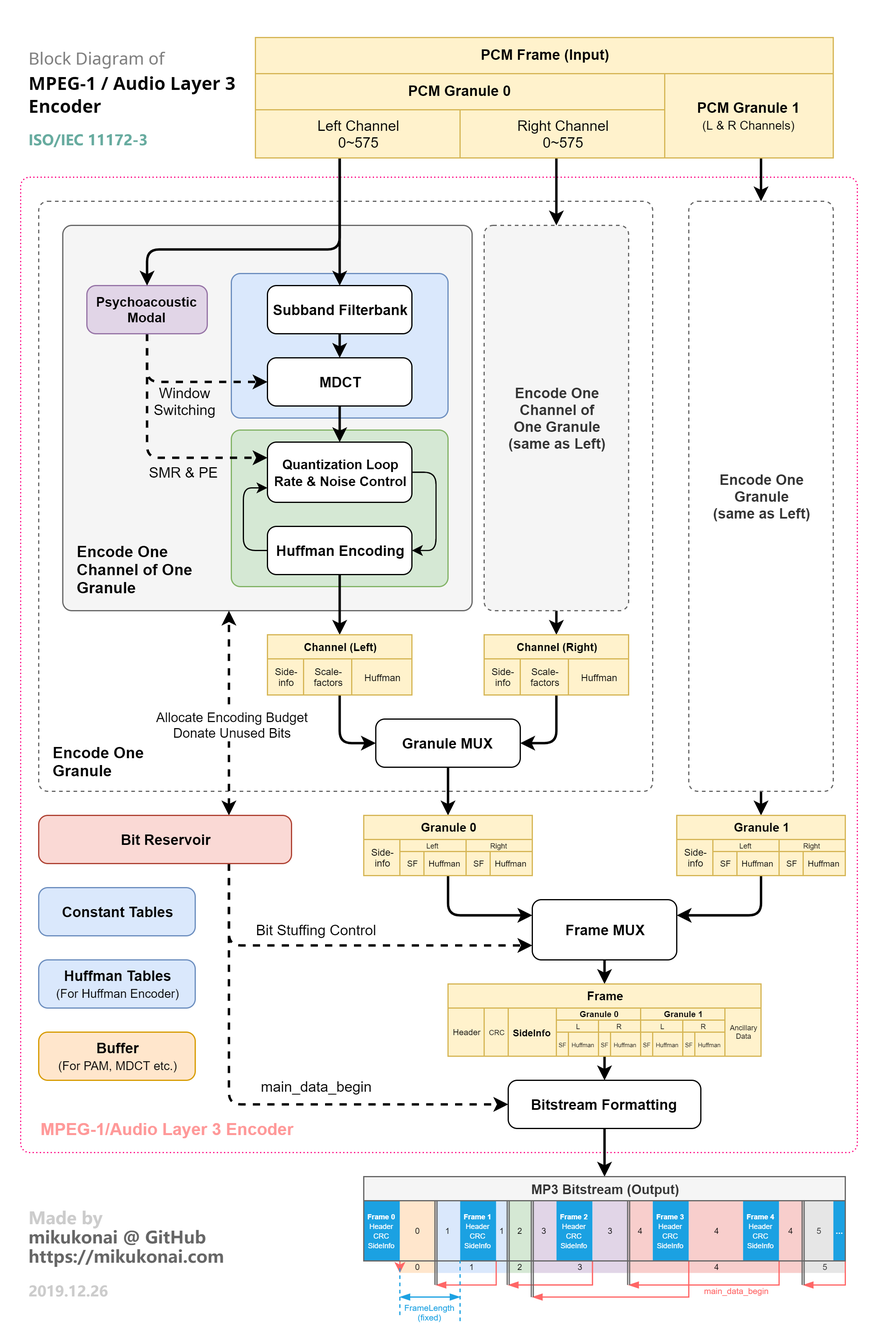
Before: documentation/mp3-encoder-diagram.png, a diagram exported from draw.io (bd4sur/Aqua). Source tidied: cells renumbered, new cells last; positions are measured from the earlier drawing's top-left corner, leaving out a move shared by most shapes.
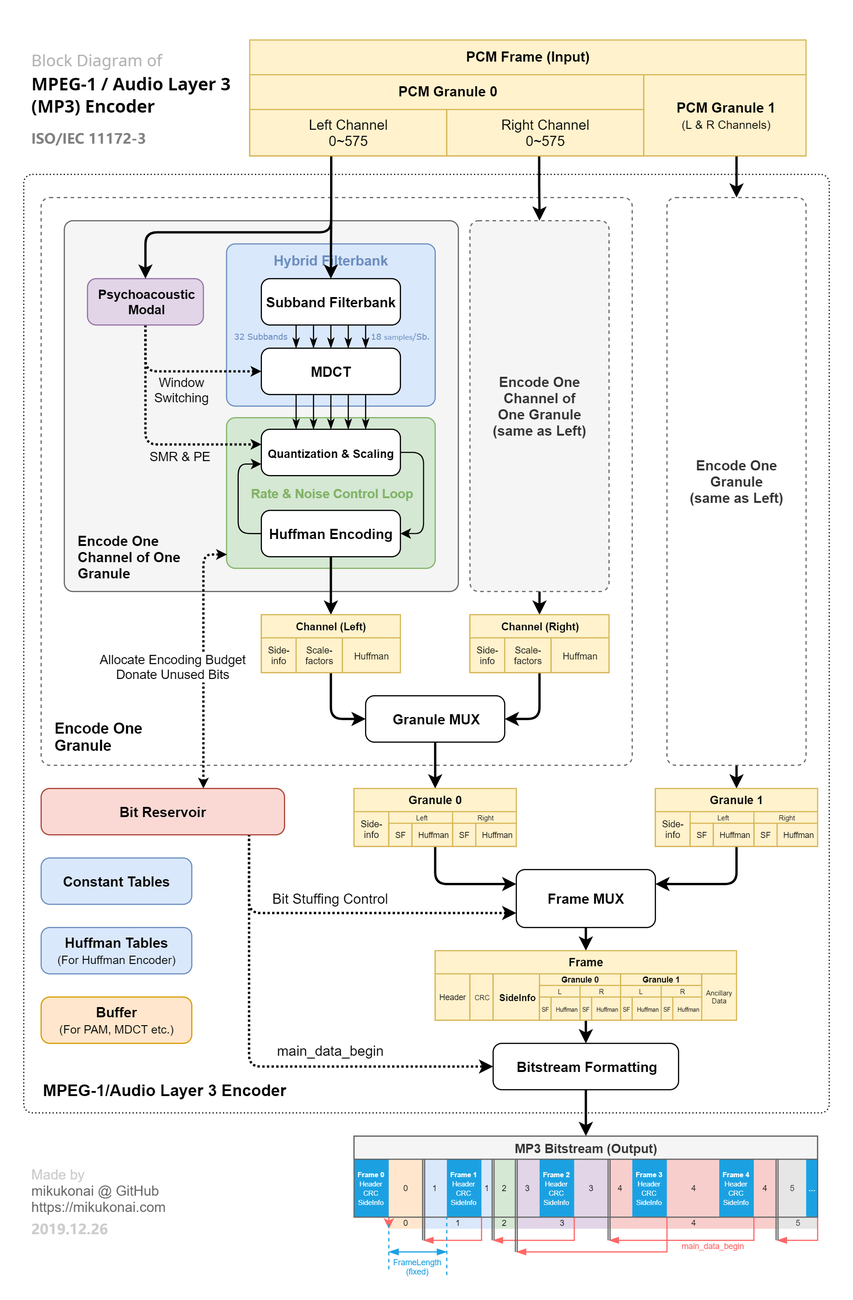
After the change.

Commit message:
完善编码器框图

Diff of the diagram source:
```diff
@@ -4,3 +4,3 @@
     <mxCell id="1" parent="0" />
-    <mxCell id="2" value="&lt;b&gt;&lt;br&gt;&lt;/b&gt;" style="rounded=1;whiteSpace=wrap;html=1;strokeColor=#FF0080;fillColor=#FFFFFF;arcSize=15;absoluteArcSize=1;fontColor=#000000;align=center;dashed=1;dashPattern=1 2;" parent="1" vertex="1">
+    <mxCell id="2" value="&lt;b&gt;&lt;br&gt;&lt;/b&gt;" style="rounded=1;whiteSpace=wrap;html=1;strokeColor=#000000;fillColor=#FFFFFF;arcSize=15;absoluteArcSize=1;fontColor=#000000;align=center;dashed=1;dashPattern=1 2;" parent="1" vertex="1">
       <mxGeometry y="130" width="695" height="810" as="geometry" />
@@ -37,11 +37,17 @@
     </mxCell>
-    <mxCell id="13" style="rounded=1;whiteSpace=wrap;html=1;strokeColor=#82b366;fillColor=#d5e8d4;arcSize=15;absoluteArcSize=1;" parent="1" vertex="1">
+    <mxCell id="13" value="Rate &amp;amp; Noise Control Loop" style="rounded=1;whiteSpace=wrap;html=1;strokeColor=#82b366;fillColor=#d5e8d4;arcSize=15;absoluteArcSize=1;verticalAlign=middle;fontStyle=1;fontColor=#82B366;fontSize=11;" parent="1" vertex="1">
       <mxGeometry x="175" y="340" width="180" height="130" as="geometry" />
     </mxCell>
-    <mxCell id="14" style="rounded=1;whiteSpace=wrap;html=1;strokeColor=#6c8ebf;fillColor=#dae8fc;arcSize=15;absoluteArcSize=1;" parent="1" vertex="1">
-      <mxGeometry x="175" y="210" width="180" height="120" as="geometry" />
+    <mxCell id="14" value="Hybrid Filterbank" style="rounded=1;whiteSpace=wrap;html=1;strokeColor=#6c8ebf;fillColor=#dae8fc;arcSize=15;absoluteArcSize=1;verticalAlign=top;align=center;fontStyle=1;fontColor=#6C8EBF;fontSize=12;" parent="1" vertex="1">
+      <mxGeometry x="175" y="190" width="180" height="140" as="geometry" />
     </mxCell>
-    <mxCell id="15" style="edgeStyle=orthogonalEdgeStyle;rounded=0;jettySize=auto;html=1;exitX=0.5;exitY=1;exitDx=0;exitDy=0;entryX=0.5;entryY=0;entryDx=0;entryDy=0;strokeWidth=2;" parent="1" edge="1" source="16" target="18">
+    <mxCell id="15" style="edgeStyle=orthogonalEdgeStyle;rounded=0;jettySize=auto;html=1;exitX=0.5;exitY=1;exitDx=0;exitDy=0;entryX=0.5;entryY=0;entryDx=0;entryDy=0;strokeWidth=1;endArrow=classicThin;endFill=1;" parent="1" edge="1" source="16" target="18">
       <mxGeometry relative="1" as="geometry" />
     </mxCell>
+    <mxCell id="152" style="edgeStyle=orthogonalEdgeStyle;rounded=0;jettySize=auto;html=1;exitX=0.25;exitY=1;exitDx=0;exitDy=0;entryX=0.25;entryY=0;entryDx=0;entryDy=0;fontFamily=Verdana;fontColor=#808080;strokeWidth=1;endArrow=classicThin;endFill=1;" parent="1" edge="1" source="16" target="18">
+      <mxGeometry relative="1" as="geometry" />
+    </mxCell>
+    <mxCell id="153" style="edgeStyle=orthogonalEdgeStyle;rounded=0;jettySize=auto;html=1;exitX=0.75;exitY=1;exitDx=0;exitDy=0;entryX=0.75;entryY=0;entryDx=0;entryDy=0;strokeWidth=1;fontFamily=Verdana;fontColor=#808080;endArrow=classicThin;endFill=1;" parent="1" edge="1" source="16" target="18">
+      <mxGeometry relative="1" as="geometry" />
+    </mxCell>
     <mxCell id="16" value="Subband Filterbank" style="rounded=1;whiteSpace=wrap;html=1;absoluteArcSize=1;arcSize=15;fontStyle=1;" parent="1" vertex="1">
@@ -49,5 +55,11 @@
     </mxCell>
-    <mxCell id="17" style="edgeStyle=orthogonalEdgeStyle;rounded=0;jettySize=auto;html=1;exitX=0.5;exitY=1;exitDx=0;exitDy=0;entryX=0.5;entryY=0;entryDx=0;entryDy=0;strokeWidth=2;" parent="1" edge="1" source="18" target="20">
+    <mxCell id="17" style="edgeStyle=orthogonalEdgeStyle;rounded=0;jettySize=auto;html=1;exitX=0.5;exitY=1;exitDx=0;exitDy=0;entryX=0.5;entryY=0;entryDx=0;entryDy=0;strokeWidth=1;endArrow=classicThin;endFill=1;" parent="1" edge="1" source="18" target="20">
       <mxGeometry relative="1" as="geometry" />
     </mxCell>
+    <mxCell id="154" style="edgeStyle=orthogonalEdgeStyle;rounded=0;jettySize=auto;html=1;exitX=0.25;exitY=1;exitDx=0;exitDy=0;entryX=0.25;entryY=0;entryDx=0;entryDy=0;strokeWidth=1;fontFamily=Verdana;fontColor=#808080;endArrow=classicThin;endFill=1;" parent="1" edge="1" source="18" target="20">
+      <mxGeometry relative="1" as="geometry" />
+    </mxCell>
+    <mxCell id="155" style="edgeStyle=orthogonalEdgeStyle;rounded=0;jettySize=auto;html=1;exitX=0.75;exitY=1;exitDx=0;exitDy=0;entryX=0.75;entryY=0;entryDx=0;entryDy=0;strokeWidth=1;fontFamily=Verdana;fontColor=#808080;endArrow=classicThin;endFill=1;" parent="1" edge="1" source="18" target="20">
+      <mxGeometry relative="1" as="geometry" />
+    </mxCell>
     <mxCell id="18" value="MDCT" style="rounded=1;whiteSpace=wrap;html=1;absoluteArcSize=1;arcSize=15;fontStyle=1;" parent="1" vertex="1">
@@ -58,4 +70,4 @@
     </mxCell>
-    <mxCell id="20" value="&lt;font style=&quot;font-size: 11px&quot;&gt;Quantization Loop&lt;br&gt;Rate &amp;amp; Noise Control&lt;/font&gt;" style="rounded=1;whiteSpace=wrap;html=1;arcSize=15;absoluteArcSize=1;fontStyle=1;" parent="1" vertex="1">
-      <mxGeometry x="205" y="350" width="120" height="50" as="geometry" />
+    <mxCell id="20" value="&lt;font style=&quot;font-size: 10px&quot;&gt;Quantization &amp;amp; Scaling&lt;/font&gt;" style="rounded=1;whiteSpace=wrap;html=1;arcSize=15;absoluteArcSize=1;fontStyle=1;" parent="1" vertex="1">
+      <mxGeometry x="205" y="350" width="120" height="40" as="geometry" />
     </mxCell>
@@ -70,6 +82,6 @@
     </mxCell>
-    <mxCell id="24" style="edgeStyle=orthogonalEdgeStyle;rounded=1;jettySize=auto;html=1;exitX=0.5;exitY=1;exitDx=0;exitDy=0;entryX=0;entryY=0.5;entryDx=0;entryDy=0;dashed=1;strokeWidth=2;" parent="1" edge="1" source="28" target="18">
+    <mxCell id="24" style="edgeStyle=orthogonalEdgeStyle;rounded=1;jettySize=auto;html=1;exitX=0.5;exitY=1;exitDx=0;exitDy=0;entryX=0;entryY=0.5;entryDx=0;entryDy=0;dashed=1;strokeWidth=2;dashPattern=1 1;endSize=3;" parent="1" edge="1" source="28" target="18">
       <mxGeometry relative="1" as="geometry" />
     </mxCell>
-    <mxCell id="25" value="Window&lt;br&gt;Switching" style="text;html=1;align=center;verticalAlign=middle;labelBackgroundColor=none;" parent="24" vertex="1">
+    <mxCell id="25" value="Window&lt;br style=&quot;font-size: 11px;&quot;&gt;Switching" style="text;html=1;align=center;verticalAlign=middle;labelBackgroundColor=none;fontSize=11;" parent="24" vertex="1">
       <mxGeometry x="-0.27" y="20" relative="1" as="geometry">
@@ -78,3 +90,3 @@
     </mxCell>
-    <mxCell id="26" style="edgeStyle=orthogonalEdgeStyle;rounded=1;jettySize=auto;html=1;entryX=0;entryY=0.25;entryDx=0;entryDy=0;dashed=1;strokeWidth=2;" parent="1" edge="1" target="20">
+    <mxCell id="26" style="edgeStyle=orthogonalEdgeStyle;rounded=1;jettySize=auto;html=1;dashed=1;strokeWidth=2;dashPattern=1 1;endArrow=classic;endFill=1;endSize=3;" parent="1" edge="1" target="20">
       <mxGeometry relative="1" as="geometry">
@@ -86,3 +98,3 @@
     </mxCell>
-    <mxCell id="27" value="SMR &amp;amp; PE" style="text;html=1;align=center;verticalAlign=middle;labelBackgroundColor=none;" parent="26" vertex="1">
+    <mxCell id="27" value="SMR &amp;amp; PE" style="text;html=1;align=center;verticalAlign=middle;labelBackgroundColor=none;fontSize=11;" parent="26" vertex="1">
       <mxGeometry x="-0.04" y="20" relative="1" as="geometry">
@@ -97,7 +109,7 @@
     </mxCell>
-    <mxCell id="30" style="edgeStyle=orthogonalEdgeStyle;rounded=1;jettySize=auto;html=1;entryX=0.5;entryY=0;entryDx=0;entryDy=0;strokeWidth=2;exitX=0.413;exitY=1;exitDx=0;exitDy=0;exitPerimeter=0;" parent="1" edge="1" source="31" target="28">
+    <mxCell id="30" style="edgeStyle=orthogonalEdgeStyle;rounded=1;jettySize=auto;html=1;entryX=0.5;entryY=0;entryDx=0;entryDy=0;strokeWidth=2;exitX=0.413;exitY=0.998;exitDx=0;exitDy=0;exitPerimeter=0;" parent="1" edge="1" source="31" target="28">
       <mxGeometry relative="1" as="geometry">
         <Array as="points">
-          <mxPoint x="265" y="190" />
-          <mxPoint x="105" y="190" />
+          <mxPoint x="265" y="180" />
+          <mxPoint x="105" y="180" />
         </Array>
@@ -111,4 +123,4 @@
     </mxCell>
-    <mxCell id="33" value="Encode One Channel of One Granule" style="text;html=1;strokeColor=none;fillColor=none;align=left;verticalAlign=middle;whiteSpace=wrap;rounded=0;labelBackgroundColor=none;fontStyle=1;fontSize=13;" parent="1" vertex="1">
-      <mxGeometry x="45" y="430" width="110" height="50" as="geometry" />
+    <mxCell id="33" value="Encode One Channel of One Granule" style="text;html=1;strokeColor=none;fillColor=none;align=left;verticalAlign=middle;whiteSpace=wrap;rounded=0;labelBackgroundColor=none;fontStyle=1;fontSize=12;" parent="1" vertex="1">
+      <mxGeometry x="45" y="440" width="110" height="40" as="geometry" />
     </mxCell>
@@ -185,4 +197,8 @@
     </mxCell>
-    <mxCell id="57" style="edgeStyle=orthogonalEdgeStyle;rounded=1;jettySize=auto;html=1;exitX=0.75;exitY=1;exitDx=0;exitDy=0;entryX=0;entryY=0.75;entryDx=0;entryDy=0;strokeWidth=2;dashed=1;" parent="1" edge="1" source="63" target="47">
-      <mxGeometry relative="1" as="geometry" />
+    <mxCell id="57" style="edgeStyle=orthogonalEdgeStyle;rounded=1;jettySize=auto;html=1;exitX=0.854;exitY=0.987;exitDx=0;exitDy=0;entryX=0;entryY=0.75;entryDx=0;entryDy=0;strokeWidth=2;dashed=1;exitPerimeter=0;dashPattern=1 1;" parent="1" edge="1" source="63" target="47">
+      <mxGeometry relative="1" as="geometry">
+        <Array as="points">
+          <mxPoint x="194" y="768" />
+        </Array>
+      </mxGeometry>
     </mxCell>
@@ -190,7 +206,11 @@
       <mxGeometry x="0.22" y="-1" relative="1" as="geometry">
-        <mxPoint x="-54.3" y="-15" as="offset" />
+        <mxPoint x="-43.6" y="-13.3" as="offset" />
       </mxGeometry>
     </mxCell>
-    <mxCell id="59" style="edgeStyle=orthogonalEdgeStyle;rounded=1;jettySize=auto;html=1;exitX=0.75;exitY=1;exitDx=0;exitDy=0;entryX=0;entryY=0.5;entryDx=0;entryDy=0;dashed=1;strokeWidth=2;" parent="1" edge="1" source="63" target="51">
-      <mxGeometry relative="1" as="geometry" />
+    <mxCell id="59" style="edgeStyle=orthogonalEdgeStyle;rounded=1;jettySize=auto;html=1;exitX=0.854;exitY=0.986;exitDx=0;exitDy=0;entryX=0;entryY=0.5;entryDx=0;entryDy=0;dashed=1;strokeWidth=2;exitPerimeter=0;dashPattern=1 1;" parent="1" edge="1" source="63" target="51">
+      <mxGeometry relative="1" as="geometry">
+        <Array as="points">
+          <mxPoint x="194" y="900" />
+        </Array>
+      </mxGeometry>
     </mxCell>
@@ -198,7 +218,11 @@
       <mxGeometry x="0.34" y="2" relative="1" as="geometry">
-        <mxPoint x="-17.5" y="-13.2" as="offset" />
+        <mxPoint x="-4.7" y="-12.2" as="offset" />
       </mxGeometry>
     </mxCell>
-    <mxCell id="61" style="edgeStyle=orthogonalEdgeStyle;rounded=1;jettySize=auto;html=1;exitX=0.75;exitY=0;exitDx=0;exitDy=0;entryX=0.406;entryY=1;entryDx=0;entryDy=0;entryPerimeter=0;dashed=1;strokeWidth=2;startArrow=classic;startFill=1;" parent="1" edge="1" source="63" target="12">
-      <mxGeometry relative="1" as="geometry" />
+    <mxCell id="61" style="edgeStyle=orthogonalEdgeStyle;rounded=1;jettySize=auto;html=1;dashed=1;strokeWidth=2;startArrow=classic;startFill=1;entryX=0.002;entryY=0.909;entryDx=0;entryDy=0;entryPerimeter=0;dashPattern=1 1;endSize=3;startSize=3;" parent="1" edge="1" source="63" target="13">
+      <mxGeometry relative="1" as="geometry">
+        <Array as="points">
+          <mxPoint x="155" y="458" />
+        </Array>
+      </mxGeometry>
     </mxCell>
@@ -206,3 +230,3 @@
       <mxGeometry x="-0.25" y="-1" relative="1" as="geometry">
-        <mxPoint x="1.5" y="-12" as="offset" />
+        <mxPoint x="-27.4" y="-21.4" as="offset" />
       </mxGeometry>
@@ -500,10 +524,10 @@
     </mxCell>
-    <mxCell id="144" style="group;fontColor=#CCCCCC;" parent="1" vertex="1">
-      <mxGeometry x="5" y="980" width="210" height="100" as="geometry" />
+    <mxCell id="144" style="group;fontColor=#CCCCCC;fontStyle=0;fontFamily=Helvetica;" parent="1" vertex="1">
+      <mxGeometry x="5" y="980" width="210" height="90" as="geometry" />
     </mxCell>
-    <mxCell id="145" value="&lt;font style=&quot;font-size: 14px;&quot;&gt;&lt;font color=&quot;#cccccc&quot; style=&quot;font-size: 14px;&quot;&gt;Made by&lt;/font&gt;&lt;br style=&quot;font-size: 14px;&quot;&gt;mikukonai @ GitHub&lt;br style=&quot;font-size: 14px;&quot;&gt;https://mikukonai.com&lt;br style=&quot;font-size: 14px;&quot;&gt;&lt;/font&gt;" style="text;html=1;strokeColor=none;fillColor=none;align=left;verticalAlign=top;whiteSpace=wrap;rounded=0;fontSize=14;fontStyle=1;fontColor=#666666;fontFamily=更纱黑体SC;" parent="144" vertex="1">
-      <mxGeometry width="210" height="60" as="geometry" />
+    <mxCell id="145" value="&lt;font style=&quot;font-size: 12px;&quot;&gt;&lt;font color=&quot;#cccccc&quot; style=&quot;font-size: 12px;&quot;&gt;Made by&lt;/font&gt;&lt;br style=&quot;font-size: 12px;&quot;&gt;mikukonai @ GitHub&lt;br style=&quot;font-size: 12px;&quot;&gt;https://mikukonai.com&lt;br style=&quot;font-size: 12px;&quot;&gt;&lt;/font&gt;" style="text;html=1;strokeColor=none;fillColor=none;align=left;verticalAlign=top;whiteSpace=wrap;rounded=0;fontSize=12;fontStyle=0;fontColor=#666666;fontFamily=Helvetica;" parent="144" vertex="1">
+      <mxGeometry width="210" height="54" as="geometry" />
     </mxCell>
     <mxCell id="146" value="&lt;font style=&quot;font-size: 12px&quot;&gt;2019.12.26&lt;br&gt;&lt;/font&gt;" style="text;html=1;strokeColor=none;fillColor=none;align=left;verticalAlign=top;whiteSpace=wrap;rounded=0;fontSize=13;fontStyle=1;fontColor=#CCCCCC;fontFamily=更纱黑体SC;labelBackgroundColor=none;" parent="144" vertex="1">
-      <mxGeometry y="60" width="210" height="33.9" as="geometry" />
+      <mxGeometry y="45" width="210" height="30.5" as="geometry" />
     </mxCell>
@@ -515,11 +539,41 @@
     </mxCell>
-    <mxCell id="149" value="&lt;font style=&quot;font-size: 12px&quot;&gt;ISO/IEC 11172-3&lt;/font&gt;" style="text;html=1;strokeColor=none;fillColor=none;align=left;verticalAlign=top;whiteSpace=wrap;rounded=0;fontSize=13;fontStyle=1;fontColor=#67AB9F;fontFamily=更纱黑体SC;" parent="148" vertex="1">
+    <mxCell id="149" value="&lt;font style=&quot;font-size: 12px&quot;&gt;ISO/IEC 11172-3&lt;/font&gt;" style="text;html=1;strokeColor=none;fillColor=none;align=left;verticalAlign=top;whiteSpace=wrap;rounded=0;fontSize=13;fontStyle=1;fontColor=#808080;fontFamily=更纱黑体SC;" parent="148" vertex="1">
       <mxGeometry y="84" width="170" height="30" as="geometry" />
     </mxCell>
-    <mxCell id="150" value="&lt;p style=&quot;line-height: 130%&quot;&gt;&lt;span style=&quot;font-weight: normal&quot;&gt;&lt;font color=&quot;#808080&quot; style=&quot;line-height: 160%&quot;&gt;Block Diagram of&lt;/font&gt;&lt;/span&gt;&lt;br style=&quot;font-size: 14px&quot;&gt;&lt;font style=&quot;font-size: 15px&quot;&gt;MPEG-1 / Audio Layer 3&lt;/font&gt;&lt;br style=&quot;font-size: 14px&quot;&gt;&lt;font style=&quot;font-size: 15px&quot;&gt;Encoder&lt;/font&gt;&lt;/p&gt;" style="text;html=1;strokeColor=none;fillColor=none;align=left;verticalAlign=top;whiteSpace=wrap;rounded=0;labelBackgroundColor=none;fontFamily=更纱黑体 SC;fontSize=14;fontColor=#000000;fontStyle=1;" parent="148" vertex="1">
+    <mxCell id="150" value="&lt;p style=&quot;line-height: 130%&quot;&gt;&lt;span style=&quot;font-weight: normal&quot;&gt;&lt;font style=&quot;line-height: 160%&quot; color=&quot;#b3b3b3&quot;&gt;Block Diagram of&lt;/font&gt;&lt;/span&gt;&lt;br style=&quot;font-size: 14px&quot;&gt;&lt;font style=&quot;font-size: 15px&quot;&gt;MPEG-1 / Audio Layer 3&lt;/font&gt;&lt;br style=&quot;font-size: 14px&quot;&gt;&lt;font style=&quot;font-size: 15px&quot;&gt;(MP3) Encoder&lt;/font&gt;&lt;/p&gt;" style="text;html=1;strokeColor=none;fillColor=none;align=left;verticalAlign=top;whiteSpace=wrap;rounded=0;labelBackgroundColor=none;fontFamily=更纱黑体 SC;fontSize=14;fontColor=#000000;fontStyle=1;" parent="148" vertex="1">
       <mxGeometry width="180" height="80" as="geometry" />
     </mxCell>
-    <mxCell id="151" value="MPEG-1/Audio Layer 3 Encoder" style="text;html=1;strokeColor=none;fillColor=none;align=left;verticalAlign=middle;whiteSpace=wrap;rounded=0;labelBackgroundColor=none;fontStyle=1;fontSize=14;fontColor=#FF9999;" parent="1" vertex="1">
+    <mxCell id="151" value="MPEG-1/Audio Layer 3 Encoder" style="text;html=1;strokeColor=none;fillColor=none;align=left;verticalAlign=middle;whiteSpace=wrap;rounded=0;labelBackgroundColor=none;fontStyle=1;fontSize=14;fontColor=#000000;" parent="1" vertex="1">
       <mxGeometry x="15" y="910" width="220" height="20" as="geometry" />
     </mxCell>
+    <mxCell id="156" style="edgeStyle=orthogonalEdgeStyle;rounded=0;orthogonalLoop=1;jettySize=auto;html=1;exitX=0.25;exitY=1;exitDx=0;exitDy=0;entryX=0.25;entryY=0;entryDx=0;entryDy=0;fontFamily=Verdana;fontColor=#808080;strokeWidth=1;endArrow=classicThin;endFill=1;" parent="1" edge="1">
+      <mxGeometry relative="1" as="geometry">
+        <mxPoint x="280" y="260" as="sourcePoint" />
+        <mxPoint x="280" y="280" as="targetPoint" />
+      </mxGeometry>
+    </mxCell>
+    <mxCell id="157" style="edgeStyle=orthogonalEdgeStyle;rounded=0;orthogonalLoop=1;jettySize=auto;html=1;exitX=0.25;exitY=1;exitDx=0;exitDy=0;entryX=0.25;entryY=0;entryDx=0;entryDy=0;fontFamily=Verdana;fontColor=#808080;strokeWidth=1;endArrow=classicThin;endFill=1;" parent="1" edge="1">
+      <mxGeometry relative="1" as="geometry">
+        <mxPoint x="250" y="260" as="sourcePoint" />
+        <mxPoint x="250" y="280" as="targetPoint" />
+      </mxGeometry>
+    </mxCell>
+    <mxCell id="158" style="edgeStyle=orthogonalEdgeStyle;rounded=0;orthogonalLoop=1;jettySize=auto;html=1;exitX=0.25;exitY=1;exitDx=0;exitDy=0;entryX=0.25;entryY=0;entryDx=0;entryDy=0;strokeWidth=1;fontFamily=Verdana;fontColor=#808080;endArrow=classicThin;endFill=1;" parent="1" edge="1">
+      <mxGeometry relative="1" as="geometry">
+        <mxPoint x="280" y="320" as="sourcePoint" />
+        <mxPoint x="280" y="350" as="targetPoint" />
+      </mxGeometry>
+    </mxCell>
+    <mxCell id="159" style="edgeStyle=orthogonalEdgeStyle;rounded=0;orthogonalLoop=1;jettySize=auto;html=1;exitX=0.25;exitY=1;exitDx=0;exitDy=0;entryX=0.25;entryY=0;entryDx=0;entryDy=0;strokeWidth=1;fontFamily=Verdana;fontColor=#808080;endArrow=classicThin;endFill=1;" parent="1" edge="1">
+      <mxGeometry relative="1" as="geometry">
+        <mxPoint x="250" y="320" as="sourcePoint" />
+        <mxPoint x="250" y="350" as="targetPoint" />
+      </mxGeometry>
+    </mxCell>
+    <mxCell id="160" value="32 Subbands" style="text;html=1;strokeColor=none;fillColor=none;align=center;verticalAlign=middle;whiteSpace=wrap;rounded=0;fontFamily=Verdana;fontColor=#6C8EBF;fontSize=7;labelBackgroundColor=none;labelBorderColor=none;" parent="1" vertex="1">
+      <mxGeometry x="175" y="264" width="60" height="10" as="geometry" />
+    </mxCell>
+    <mxCell id="161" value="18 &lt;font style=&quot;font-size: 6px&quot;&gt;samples&lt;/font&gt;/Sb." style="text;html=1;strokeColor=none;fillColor=none;align=left;verticalAlign=middle;whiteSpace=wrap;rounded=0;fontFamily=Verdana;fontColor=#6C8EBF;fontSize=7;labelBackgroundColor=none;labelBorderColor=none;" parent="1" vertex="1">
+      <mxGeometry x="298.5" y="264" width="65" height="10" as="geometry" />
+    </mxCell>
   </root>
```
